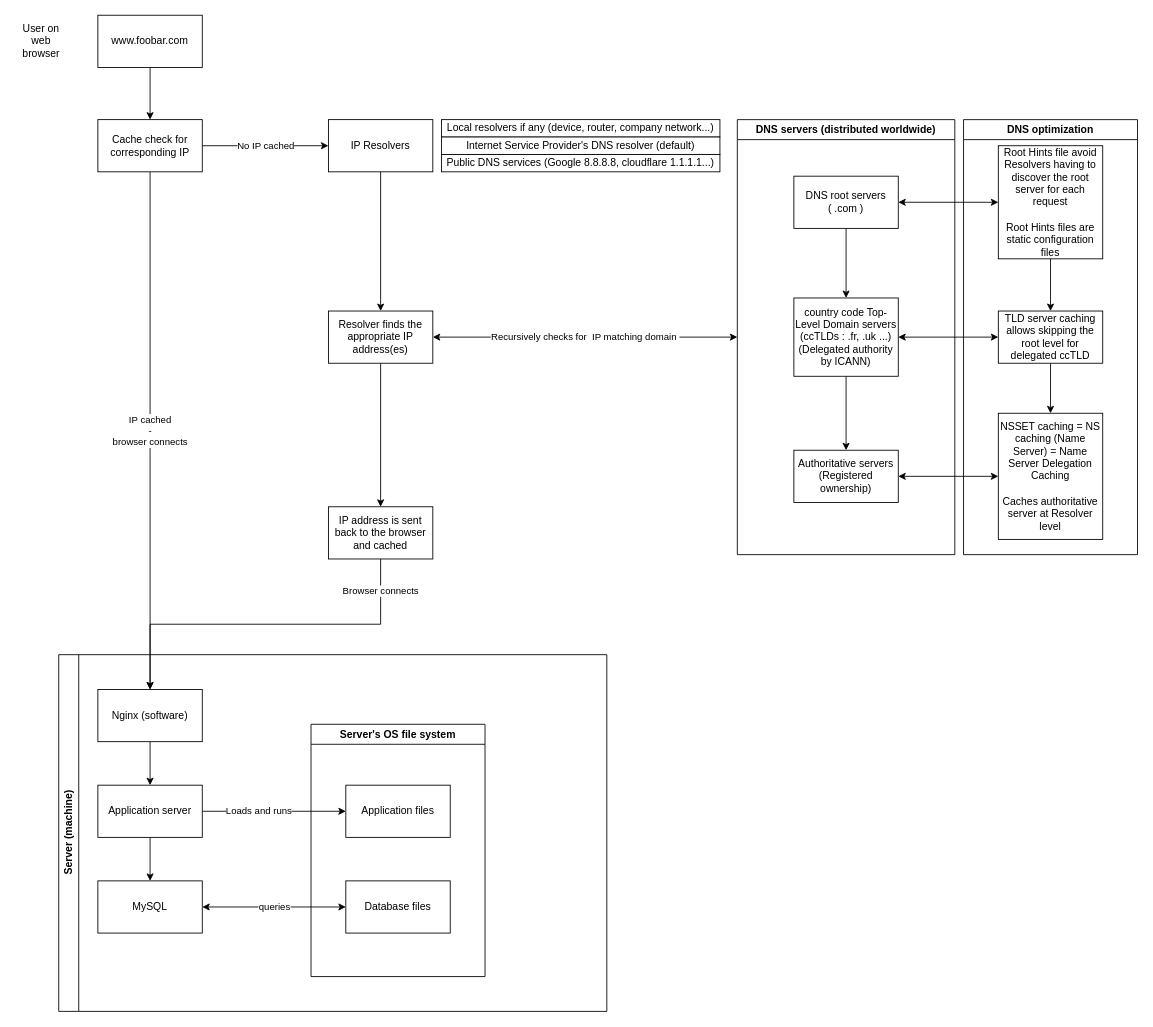
This is web_infrastructure_design/0-simple_web_stack.drawio from jmitchell35/holbertonschool-system_engineering-devops, a draw.io file, before an edit. Source tidied: cells renumbered, new cells numbered last; positions are measured from the earlier drawing's top-left corner, leaving out a move shared by most shapes. Both pictures are drawn from the tidied source at 87%, with x=0, y=0 at pixel (15, 15).
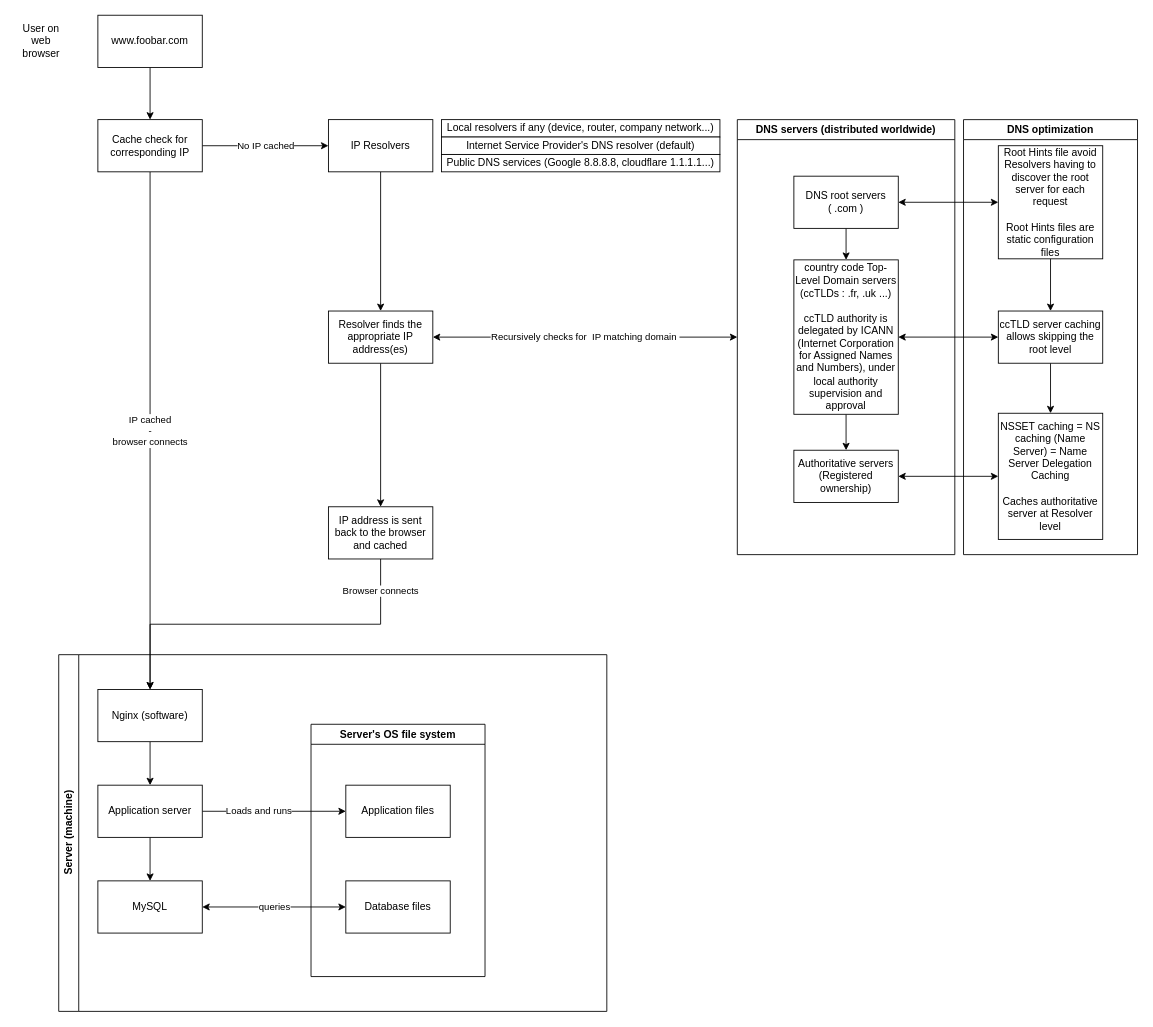
After the change.

Commit message:
Details added for ICANN in DNS servers container

The change refers to these unchanged cells:
```xml
<mxCell id="29" value="DNS servers (distributed worldwide)" style="swimlane;whiteSpace=wrap;html=1;" parent="1" vertex="1">
  <mxGeometry x="830" y="120" width="250" height="500" as="geometry" />
</mxCell>
<mxCell id="35" value="DNS optimization" style="swimlane;whiteSpace=wrap;html=1;" parent="1" vertex="1">
  <mxGeometry x="1090" y="120" width="200" height="500" as="geometry" />
</mxCell>
```

What changed in the source:
```diff
@@
-    <mxCell id="33" value="country code Top-Level Domain servers (ccTLDs : .fr, .uk ...)&lt;br&gt;(Delegated authority by ICANN)" style="rounded=0;whiteSpace=wrap;html=1;" parent="29" vertex="1">
-      <mxGeometry x="65" y="205" width="120" height="90" as="geometry" />
+    <mxCell id="33" value="country code Top-Level Domain servers (ccTLDs : .fr, .uk ...)&lt;br&gt;&lt;br&gt;ccTLD authority is delegated by ICANN (Internet Corporation for Assigned Names and Numbers), under local authority supervision and approval" style="rounded=0;whiteSpace=wrap;html=1;" parent="29" vertex="1">
+      <mxGeometry x="65" y="161.2" width="120" height="177.5" as="geometry" />
     </mxCell>
@@
-    <mxCell id="39" value="TLD server caching allows skipping the root level for delegated ccTLD" style="rounded=0;whiteSpace=wrap;html=1;" parent="35" vertex="1">
+    <mxCell id="39" value="ccTLD server caching allows skipping the root level" style="rounded=0;whiteSpace=wrap;html=1;" parent="35" vertex="1">
       <mxGeometry x="40" y="220" width="120" height="60" as="geometry" />
     </mxCell>
```
